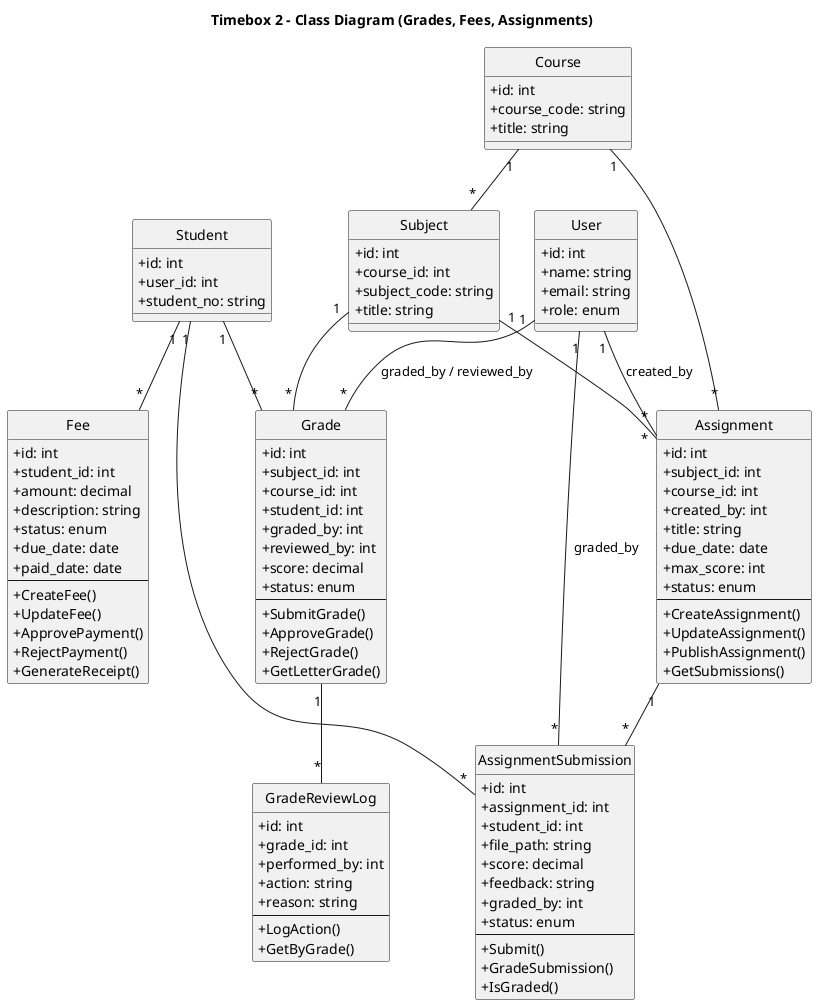
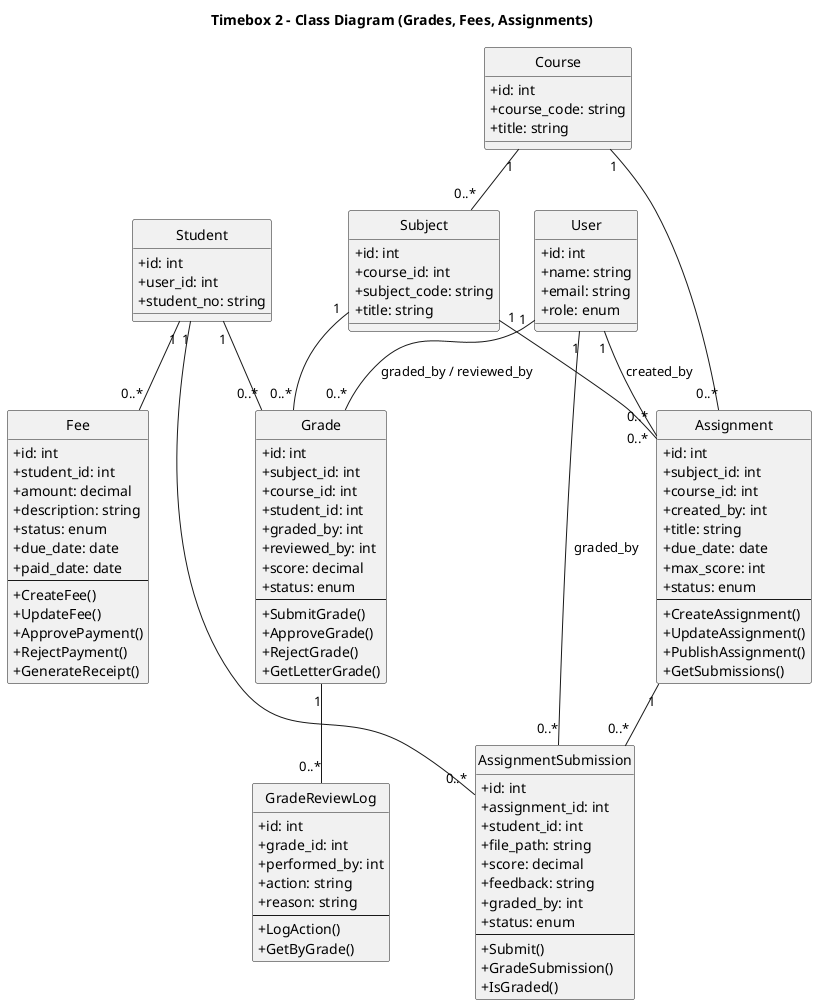
@startuml
hide circle
skinparam classAttributeIconSize 0
title Timebox 2 - Class Diagram (Grades, Fees, Assignments)

class Student {
  +id: int
  +user_id: int
  +student_no: string
}

class User {
  +id: int
  +name: string
  +email: string
  +role: enum
}

class Course {
  +id: int
  +course_code: string
  +title: string
}

class Subject {
  +id: int
  +course_id: int
  +subject_code: string
  +title: string
}

class Grade {
  +id: int
  +subject_id: int
  +course_id: int
  +student_id: int
  +graded_by: int
  +reviewed_by: int
  +score: decimal
  +status: enum
  --
  +SubmitGrade()
  +ApproveGrade()
  +RejectGrade()
  +GetLetterGrade()
}

class GradeReviewLog {
  +id: int
  +grade_id: int
  +performed_by: int
  +action: string
  +reason: string
  --
  +LogAction()
  +GetByGrade()
}

class Fee {
  +id: int
  +student_id: int
  +amount: decimal
  +description: string
  +status: enum
  +due_date: date
  +paid_date: date
  --
  +CreateFee()
  +UpdateFee()
  +ApprovePayment()
  +RejectPayment()
  +GenerateReceipt()
}

class Assignment {
  +id: int
  +subject_id: int
  +course_id: int
  +created_by: int
  +title: string
  +due_date: date
  +max_score: int
  +status: enum
  --
  +CreateAssignment()
  +UpdateAssignment()
  +PublishAssignment()
  +GetSubmissions()
}

class AssignmentSubmission {
  +id: int
  +assignment_id: int
  +student_id: int
  +file_path: string
  +score: decimal
  +feedback: string
  +graded_by: int
  +status: enum
  --
  +Submit()
  +GradeSubmission()
  +IsGraded()
}

' Relationships
- Course "1" -- "*" Subject
- Subject "1" -- "*" Grade
- Student "1" -- "*" Grade
- User "1" -- "*" Grade : graded_by / reviewed_by
- Grade "1" -- "*" GradeReviewLog
+ Course  "1" -- "0..*" Subject
+ Subject "1" -- "0..*" Grade
+ Student "1" -- "0..*" Grade
+ User    "1" -- "0..*" Grade : graded_by / reviewed_by
+ Grade   "1" -- "0..*" GradeReviewLog

- Student "1" -- "*" Fee
+ Student "1" -- "0..*" Fee

- Subject "1" -- "*" Assignment
- Course "1" -- "*" Assignment
- User "1" -- "*" Assignment : created_by
- Assignment "1" -- "*" AssignmentSubmission
- Student "1" -- "*" AssignmentSubmission
- User "1" -- "*" AssignmentSubmission : graded_by
+ Subject "1" -- "0..*" Assignment
+ Course  "1" -- "0..*" Assignment
+ User    "1" -- "0..*" Assignment : created_by
+ Assignment "1" -- "0..*" AssignmentSubmission
+ Student    "1" -- "0..*" AssignmentSubmission
+ User       "1" -- "0..*" AssignmentSubmission : graded_by

@enduml